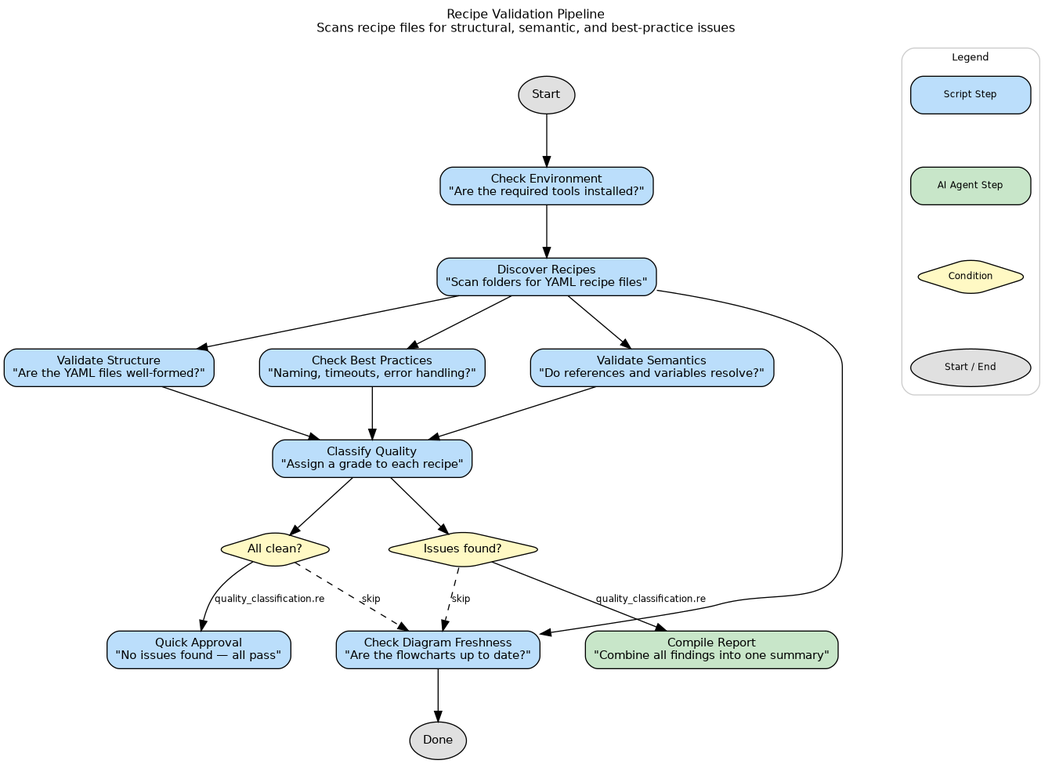
Above: recipes/validate-recipes.png in microsoft/amplifier-bundle-recipes (Graphviz), before the change. Its source is kept beside it as recipes/validate-recipes.dot. Source of this version:
```dot
digraph validate_recipes {
    rankdir=TB
    fontname="Helvetica"
    fontsize=12
    label="Recipe Validation Pipeline\nScans recipe files for structural, semantic, and best-practice issues"
    labelloc=t
    labeljust=c
    compound=true
    nodesep=0.6
    ranksep=0.7
    bgcolor="white"
    source_hash="fc6c4f285cd42e2c53fc6bd2de45577e0d698126656f22d123ee60fa9b618b4e"

    node [fontname="Helvetica", fontsize=11, style="filled,rounded"]
    edge [fontname="Helvetica", fontsize=9]

    start [label="Start", shape=oval, fillcolor="#e0e0e0"]
    done  [label="Done", shape=oval, fillcolor="#e0e0e0"]

    step_environment_check [label="Check Environment\n\"Are the required tools installed?\"", shape=box, fillcolor="#bbdefb", style="filled,rounded", tooltip="python3 << 'EOF' import json import sys from pathlib import Path  results = {     'phase': 'environm"]
    step_recipe_discovery [label="Discover Recipes\n\"Scan folders for YAML recipe files\"", shape=box, fillcolor="#bbdefb", style="filled,rounded", tooltip="python3 << 'EOF' import json from pathlib import Path  def _process_yaml_file(yaml_path, base, resul"]
    step_structural_validation [label="Validate Structure\n\"Are the YAML files well-formed?\"", shape=box, fillcolor="#bbdefb", style="filled,rounded", tooltip="python3 << 'EOF' import json import re from pathlib import Path  _env_check_raw = r'''{{env_check}}'"]
    step_best_practices_check [label="Check Best Practices\n\"Naming, timeouts, error handling?\"", shape=box, fillcolor="#bbdefb", style="filled,rounded", tooltip="python3 << 'EOF' import json import re from pathlib import Path  _recipe_discovery_raw = r'''{{recip"]
    step_semantic_validation [label="Validate Semantics\n\"Do references and variables resolve?\"", shape=box, fillcolor="#bbdefb", style="filled,rounded", tooltip="python3 << 'EOF' import json from fnmatch import fnmatch from pathlib import Path  _recipe_discovery"]
    step_quality_classification [label="Classify Quality\n\"Assign a grade to each recipe\"", shape=box, fillcolor="#bbdefb", style="filled,rounded", tooltip="python3 << 'EOF' import json  _structural_results_raw = r'''{{structural_results}}''' _practice_resu"]
    cond_step_quick_approval [label="All clean?", shape=diamond, fillcolor="#fff9c4"]
    step_quick_approval [label="Quick Approval\n\"No issues found — all pass\"", shape=box, fillcolor="#bbdefb", style="filled,rounded", tooltip="python3 << 'EOF' import json  _quality_classification_raw = r'''{{quality_classification}}''' qualit"]
    cond_step_synthesize_report [label="Issues found?", shape=diamond, fillcolor="#fff9c4"]
    step_synthesize_report [label="Compile Report\n\"Combine all findings into one summary\"", shape=box, fillcolor="#c8e6c9", style="filled,rounded", tooltip="foundation:zen-architect"]
    step_dot_freshness_check [label="Check Diagram Freshness\n\"Are the flowcharts up to date?\"", shape=box, fillcolor="#bbdefb", style="filled,rounded", tooltip="python3 << 'EOF' import json import re from pathlib import Path  _recipe_discovery_raw = r'''{{recip"]

    start -> step_environment_check
    step_environment_check -> step_recipe_discovery
    step_recipe_discovery -> step_structural_validation
    step_recipe_discovery -> step_best_practices_check
    step_recipe_discovery -> step_semantic_validation
    step_structural_validation -> step_quality_classification
    step_best_practices_check -> step_quality_classification
    step_semantic_validation -> step_quality_classification
    step_quality_classification -> cond_step_quick_approval
    cond_step_quick_approval -> step_quick_approval [label="quality_classification.re"]
    step_quality_classification -> cond_step_synthesize_report
    cond_step_synthesize_report -> step_synthesize_report [label="quality_classification.re"]
    step_recipe_discovery -> step_dot_freshness_check
    cond_step_quick_approval -> step_dot_freshness_check [label="skip", style=dashed]
    cond_step_synthesize_report -> step_dot_freshness_check [label="skip", style=dashed]
    step_dot_freshness_check -> done

    subgraph cluster_legend {
        label="Legend"
        style="filled,rounded"
        fillcolor="white"
        color="#cccccc"
        fontsize=10
        node [shape=box, fontsize=9, width=1.6]
        leg_bash [label="Script Step", shape=box, fillcolor="#bbdefb"]
        leg_agent [label="AI Agent Step", shape=box, fillcolor="#c8e6c9"]
        leg_cond [label="Condition", shape=diamond, fillcolor="#fff9c4"]
        leg_start [label="Start / End", shape=oval, fillcolor="#e0e0e0"]
        leg_bash -> leg_agent -> leg_cond -> leg_start [style=invis]
    }
}
```
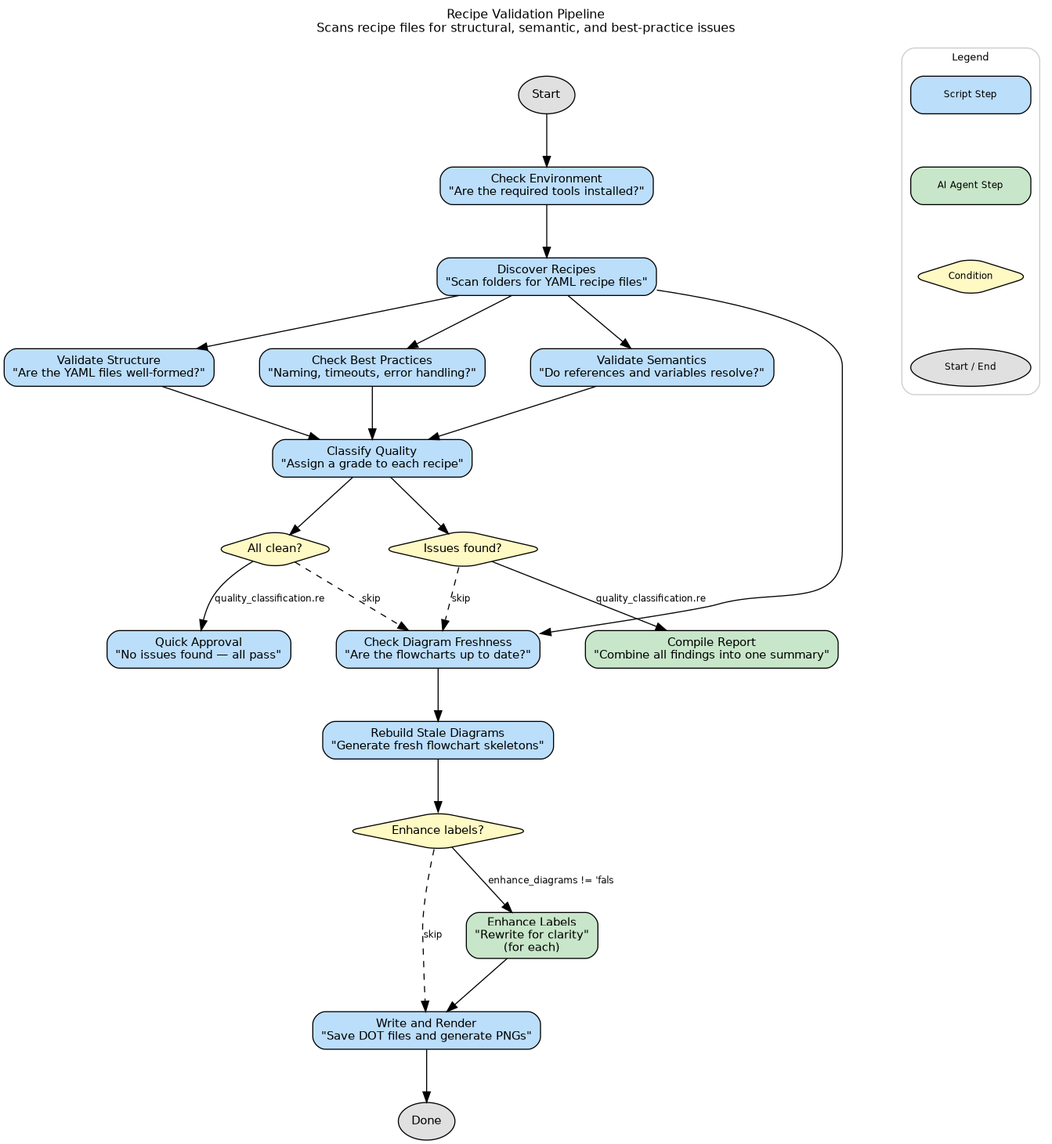
Above is the later version.

Commit message:
docs(recipes): refresh stale co-located .dot source_hash (recipes-93d)

Change to the diagram source:
```diff
@@ -9,7 +9,7 @@
     nodesep=0.6
     ranksep=0.7
     bgcolor="white"
-    source_hash="fc6c4f285cd42e2c53fc6bd2de45577e0d698126656f22d123ee60fa9b618b4e"
+    source_hash="8249d7c0cc93d3bf2db1bbca169e8d628ed32958e944083cd110343eb75429be"
 
     node [fontname="Helvetica", fontsize=11, style="filled,rounded"]
     edge [fontname="Helvetica", fontsize=9]
@@ -17,17 +17,21 @@
     start [label="Start", shape=oval, fillcolor="#e0e0e0"]
     done  [label="Done", shape=oval, fillcolor="#e0e0e0"]
 
-    step_environment_check [label="Check Environment\n\"Are the required tools installed?\"", shape=box, fillcolor="#bbdefb", style="filled,rounded", tooltip="python3 << 'EOF' import json import sys from pathlib import Path  results = {     'phase': 'environm"]
-    step_recipe_discovery [label="Discover Recipes\n\"Scan folders for YAML recipe files\"", shape=box, fillcolor="#bbdefb", style="filled,rounded", tooltip="python3 << 'EOF' import json from pathlib import Path  def _process_yaml_file(yaml_path, base, resul"]
-    step_structural_validation [label="Validate Structure\n\"Are the YAML files well-formed?\"", shape=box, fillcolor="#bbdefb", style="filled,rounded", tooltip="python3 << 'EOF' import json import re from pathlib import Path  _env_check_raw = r'''{{env_check}}'"]
-    step_best_practices_check [label="Check Best Practices\n\"Naming, timeouts, error handling?\"", shape=box, fillcolor="#bbdefb", style="filled,rounded", tooltip="python3 << 'EOF' import json import re from pathlib import Path  _recipe_discovery_raw = r'''{{recip"]
-    step_semantic_validation [label="Validate Semantics\n\"Do references and variables resolve?\"", shape=box, fillcolor="#bbdefb", style="filled,rounded", tooltip="python3 << 'EOF' import json from fnmatch import fnmatch from pathlib import Path  _recipe_discovery"]
-    step_quality_classification [label="Classify Quality\n\"Assign a grade to each recipe\"", shape=box, fillcolor="#bbdefb", style="filled,rounded", tooltip="python3 << 'EOF' import json  _structural_results_raw = r'''{{structural_results}}''' _practice_resu"]
+    step_environment_check [label="Check Environment\n\"Are the required tools installed?\"", shape=box, fillcolor="#bbdefb", style="filled,rounded", tooltip="'${AMPLIFIER_PYTHON:-python3}' << 'EOF' import json import sys from pathlib import Path  results = {"]
+    step_recipe_discovery [label="Discover Recipes\n\"Scan folders for YAML recipe files\"", shape=box, fillcolor="#bbdefb", style="filled,rounded", tooltip="'${AMPLIFIER_PYTHON:-python3}' << 'EOF' import json from pathlib import Path  def _process_yaml_file"]
+    step_structural_validation [label="Validate Structure\n\"Are the YAML files well-formed?\"", shape=box, fillcolor="#bbdefb", style="filled,rounded", tooltip="'${AMPLIFIER_PYTHON:-python3}' << 'EOF' import json import re from pathlib import Path  _env_check_r"]
+    step_best_practices_check [label="Check Best Practices\n\"Naming, timeouts, error handling?\"", shape=box, fillcolor="#bbdefb", style="filled,rounded", tooltip="'${AMPLIFIER_PYTHON:-python3}' << 'EOF' import json import re from pathlib import Path  _recipe_disc"]
+    step_semantic_validation [label="Validate Semantics\n\"Do references and variables resolve?\"", shape=box, fillcolor="#bbdefb", style="filled,rounded", tooltip="'${AMPLIFIER_PYTHON:-python3}' << 'EOF' import json from fnmatch import fnmatch from pathlib import "]
+    step_quality_classification [label="Classify Quality\n\"Assign a grade to each recipe\"", shape=box, fillcolor="#bbdefb", style="filled,rounded", tooltip="'${AMPLIFIER_PYTHON:-python3}' << 'EOF' import json  _structural_results_raw = r'''{{structural_resu"]
     cond_step_quick_approval [label="All clean?", shape=diamond, fillcolor="#fff9c4"]
-    step_quick_approval [label="Quick Approval\n\"No issues found — all pass\"", shape=box, fillcolor="#bbdefb", style="filled,rounded", tooltip="python3 << 'EOF' import json  _quality_classification_raw = r'''{{quality_classification}}''' qualit"]
+    step_quick_approval [label="Quick Approval\n\"No issues found — all pass\"", shape=box, fillcolor="#bbdefb", style="filled,rounded", tooltip="'${AMPLIFIER_PYTHON:-python3}' << 'EOF' import json  _quality_classification_raw = r'''{{quality_cla"]
     cond_step_synthesize_report [label="Issues found?", shape=diamond, fillcolor="#fff9c4"]
     step_synthesize_report [label="Compile Report\n\"Combine all findings into one summary\"", shape=box, fillcolor="#c8e6c9", style="filled,rounded", tooltip="foundation:zen-architect"]
-    step_dot_freshness_check [label="Check Diagram Freshness\n\"Are the flowcharts up to date?\"", shape=box, fillcolor="#bbdefb", style="filled,rounded", tooltip="python3 << 'EOF' import json import re from pathlib import Path  _recipe_discovery_raw = r'''{{recip"]
+    step_dot_freshness_check [label="Check Diagram Freshness\n\"Are the flowcharts up to date?\"", shape=box, fillcolor="#bbdefb", style="filled,rounded", tooltip="'${AMPLIFIER_PYTHON:-python3}' << 'EOF' import json import re from pathlib import Path  _recipe_disc"]
+    step_dot_regen_structural [label="Rebuild Stale Diagrams\n\"Generate fresh flowchart skeletons\"", shape=box, fillcolor="#bbdefb", style="filled,rounded", tooltip="'${AMPLIFIER_PYTHON:-python3}' << 'EOF' import json, yaml, sys from pathlib import Path raw = r'''{{"]
+    cond_step_dot_regen_enhance [label="Enhance labels?", shape=diamond, fillcolor="#fff9c4"]
+    step_dot_regen_enhance [label="Enhance Labels\n\"Rewrite for clarity\"\n(for each)", shape=box, fillcolor="#c8e6c9", style="filled,rounded", tooltip="foundation:zen-architect"]
+    step_dot_regen_write [label="Write and Render\n\"Save DOT files and generate PNGs\"", shape=box, fillcolor="#bbdefb", style="filled,rounded", tooltip="'${AMPLIFIER_PYTHON:-python3}' << 'EOF' import json, subprocess, re, sys from pathlib import Path re"]
 
     start -> step_environment_check
     step_environment_check -> step_recipe_discovery
@@ -42,9 +46,14 @@
     step_quality_classification -> cond_step_synthesize_report
     cond_step_synthesize_report -> step_synthesize_report [label="quality_classification.re"]
     step_recipe_discovery -> step_dot_freshness_check
+    step_dot_freshness_check -> step_dot_regen_structural
+    step_dot_regen_structural -> cond_step_dot_regen_enhance
+    cond_step_dot_regen_enhance -> step_dot_regen_enhance [label="enhance_diagrams != 'fals"]
+    step_dot_regen_enhance -> step_dot_regen_write
     cond_step_quick_approval -> step_dot_freshness_check [label="skip", style=dashed]
     cond_step_synthesize_report -> step_dot_freshness_check [label="skip", style=dashed]
-    step_dot_freshness_check -> done
+    cond_step_dot_regen_enhance -> step_dot_regen_write [label="skip", style=dashed]
+    step_dot_regen_write -> done
 
     subgraph cluster_legend {
         label="Legend"
```
